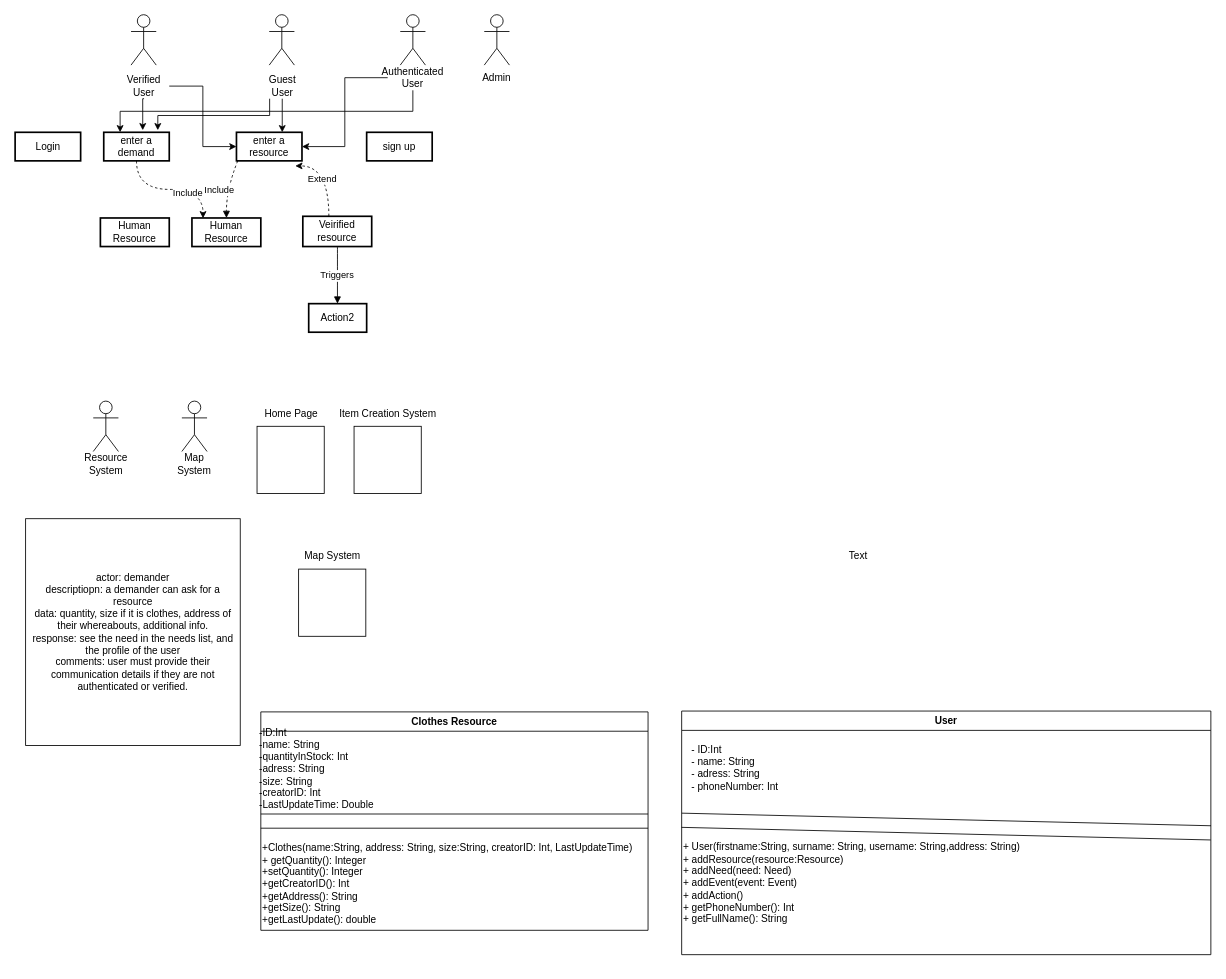
This is page "BegumDraft" (2 of 3) of UMLDiagrams/DR_UseCasesUML.drawio from bounswe/bounswe2023group2, a draw.io file, before an edit. Source tidied: cells renumbered, new cells numbered last; positions are measured from the earlier drawing's top-left corner, leaving out a move shared by most shapes. Both pictures are drawn from the tidied source at 84%, with x=0, y=0 at pixel (14, 14).
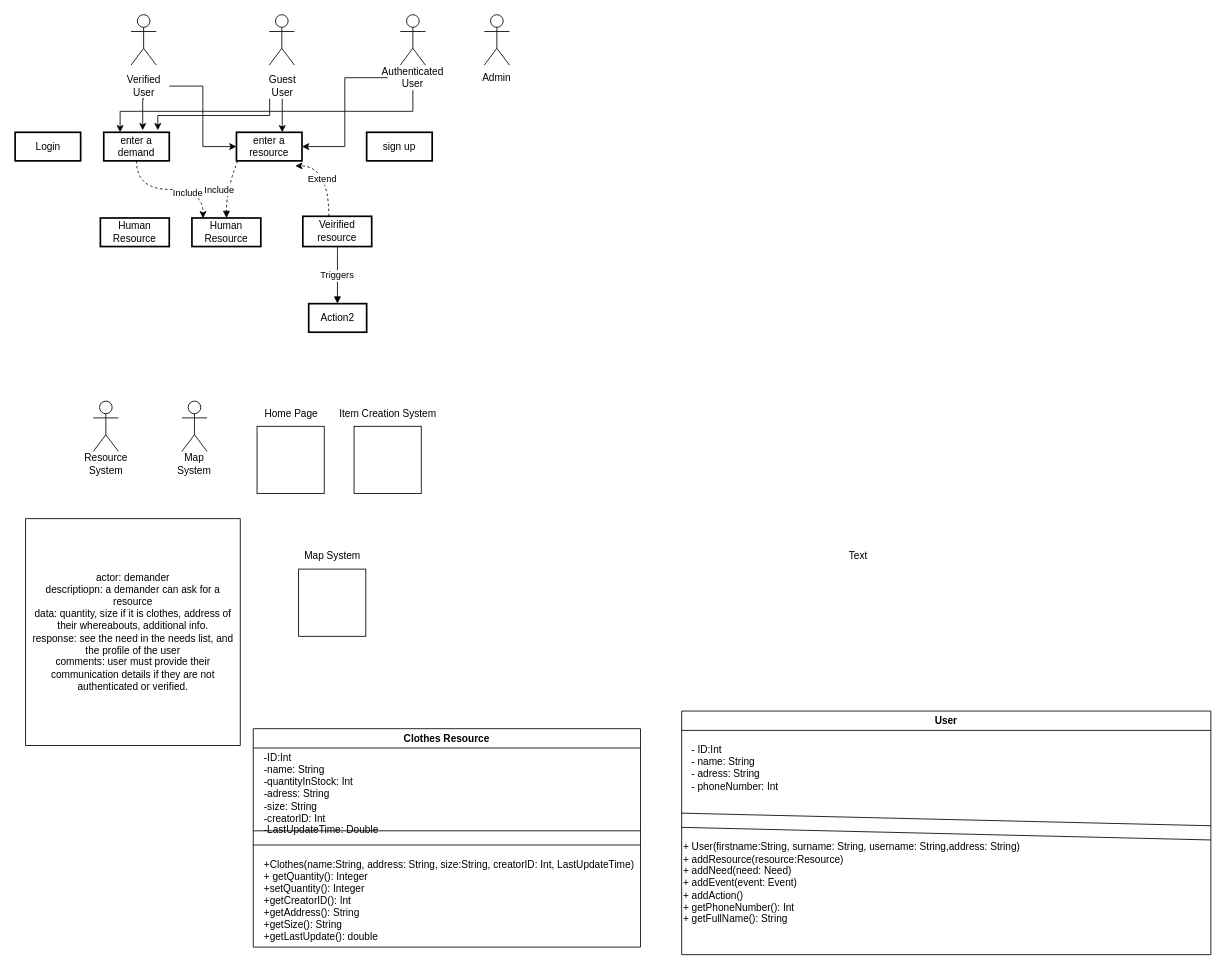
The same page after the edit.

The edit, as a diff of the source:
```diff
@@
     <mxCell id="41" value="Clothes Resource" style="swimlane;whiteSpace=wrap;html=1;" parent="1" vertex="1">
-      <mxGeometry x="293" y="830" width="461" height="260" as="geometry" />
+      <mxGeometry x="284" y="850" width="461" height="260" as="geometry" />
     </mxCell>
-    <mxCell id="42" value="&lt;div style=&quot;text-align: left;&quot;&gt;&lt;span style=&quot;font-size: 12px;&quot;&gt;-ID:Int&lt;/span&gt;&lt;/div&gt;&lt;div style=&quot;text-align: left;&quot;&gt;&lt;span style=&quot;font-size: 12px;&quot;&gt;-name: String&lt;/span&gt;&lt;/div&gt;&lt;div style=&quot;text-align: left;&quot;&gt;&lt;span style=&quot;font-size: 12px;&quot;&gt;-quantityInStock: Int&lt;/span&gt;&lt;/div&gt;&lt;div style=&quot;text-align: left;&quot;&gt;&lt;span style=&quot;font-size: 12px;&quot;&gt;-adress: String&lt;/span&gt;&lt;/div&gt;&lt;div style=&quot;text-align: left;&quot;&gt;&lt;span style=&quot;font-size: 12px;&quot;&gt;-size: String&lt;/span&gt;&lt;/div&gt;&lt;div style=&quot;text-align: left;&quot;&gt;&lt;span style=&quot;font-size: 12px;&quot;&gt;-creatorID: Int&lt;/span&gt;&lt;/div&gt;&lt;div style=&quot;text-align: left;&quot;&gt;&lt;span style=&quot;font-size: 12px;&quot;&gt;-LastUpdateTime: Double&lt;/span&gt;&lt;/div&gt;&lt;div style=&quot;&quot;&gt;&lt;br&gt;&lt;/div&gt;" style="text;html=1;align=center;verticalAlign=middle;strokeColor=none;fillColor=none;" parent="41" vertex="1">
-      <mxGeometry x="-49.5" y="-10" width="230" height="170" as="geometry" />
+    <mxCell id="42" value="&lt;div style=&quot;&quot;&gt;&lt;span style=&quot;font-size: 12px;&quot;&gt;-ID:Int&lt;/span&gt;&lt;/div&gt;&lt;div style=&quot;&quot;&gt;&lt;span style=&quot;font-size: 12px;&quot;&gt;-name: String&lt;/span&gt;&lt;/div&gt;&lt;div style=&quot;&quot;&gt;&lt;span style=&quot;font-size: 12px;&quot;&gt;-quantityInStock: Int&lt;/span&gt;&lt;/div&gt;&lt;div style=&quot;&quot;&gt;&lt;span style=&quot;font-size: 12px;&quot;&gt;-adress: String&lt;/span&gt;&lt;/div&gt;&lt;div style=&quot;&quot;&gt;&lt;span style=&quot;font-size: 12px;&quot;&gt;-size: String&lt;/span&gt;&lt;/div&gt;&lt;div style=&quot;&quot;&gt;&lt;span style=&quot;font-size: 12px;&quot;&gt;-creatorID: Int&lt;/span&gt;&lt;/div&gt;&lt;div style=&quot;&quot;&gt;&lt;span style=&quot;font-size: 12px;&quot;&gt;-LastUpdateTime: Double&lt;/span&gt;&lt;/div&gt;&lt;div style=&quot;&quot;&gt;&lt;br&gt;&lt;/div&gt;" style="text;html=1;align=left;verticalAlign=middle;strokeColor=none;fillColor=none;" parent="41" vertex="1">
+      <mxGeometry x="11" width="230" height="170" as="geometry" />
     </mxCell>
@@
     <mxCell id="44" value="+Clothes(name:String, address: String, size:String, creatorID: Int, LastUpdateTime)&lt;br&gt;+ getQuantity(): Integer&lt;br&gt;+setQuantity(): Integer&lt;br&gt;+getCreatorID(): Int&lt;br&gt;+getAddress(): String&lt;br&gt;+getSize(): String&lt;br&gt;+getLastUpdate(): double" style="text;html=1;align=left;verticalAlign=middle;strokeColor=none;fillColor=none;" parent="41" vertex="1">
-      <mxGeometry y="130" width="690" height="150" as="geometry" />
+      <mxGeometry x="11" y="130" width="690" height="150" as="geometry" />
     </mxCell>
```
